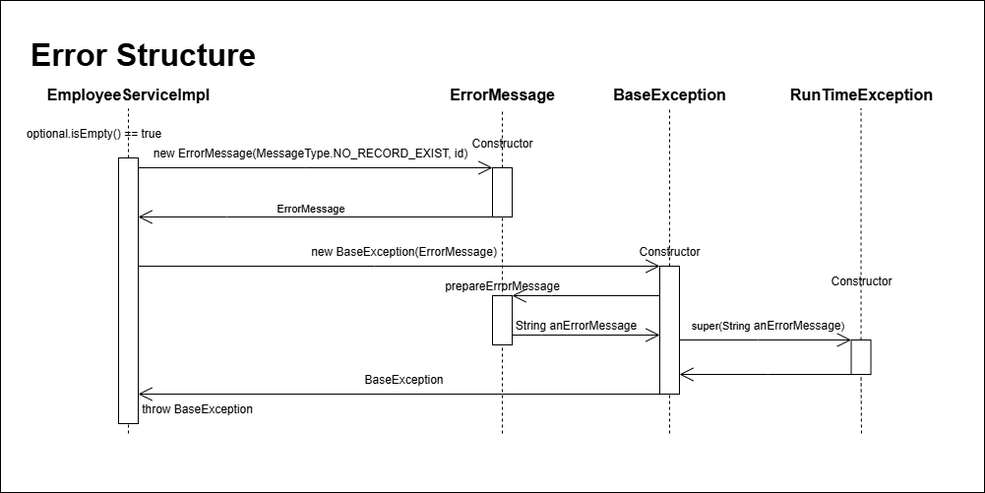
Earlier version of the draw.io export exception-management/error_structure_sequence_diagram.png (AOnurAs/spring-exception-handling). Source tidied: cells renumbered, new cells last; positions are measured from the earlier drawing's top-left corner, leaving out a move shared by most shapes.
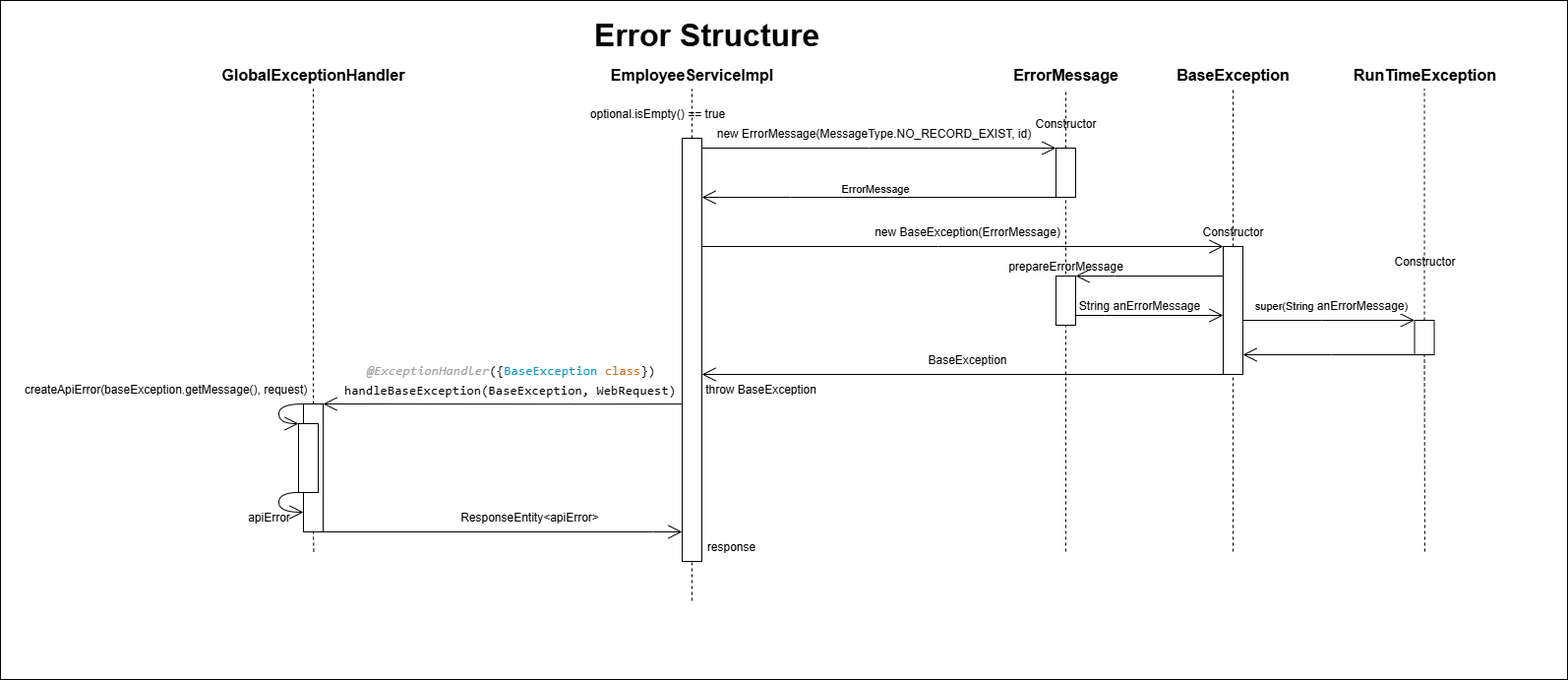
After the change.

Commit message:
Improve error handling structure and update UML sequence diagram

Change to the diagram source:
```diff
@@ -2,9 +2,9 @@
   <root>
     <mxCell id="0" />
     <mxCell id="1" parent="0" />
-    <mxCell id="2" style="rounded=0;whiteSpace=wrap;html=1;" parent="1" vertex="1">
-      <mxGeometry width="1000" height="500" as="geometry" />
-    </mxCell>
+    <mxCell id="41" style="rounded=0;whiteSpace=wrap;html=1;" parent="1" vertex="1">
+      <mxGeometry x="-573" y="20" width="1593" height="690" as="geometry" />
+    </mxCell>
     <mxCell id="3" value="Error Structure" style="text;html=1;align=center;verticalAlign=middle;whiteSpace=wrap;rounded=0;fontSize=32;fontStyle=1;" parent="1" vertex="1">
       <mxGeometry x="20" y="40" width="250" height="30" as="geometry" />
     </mxCell>
@@ -16,11 +16,11 @@
     </mxCell>
     <mxCell id="6" style="endArrow=none;dashed=1;html=1;rounded=0;entryX=0.5;entryY=1;entryDx=0;entryDy=0;" parent="1" edge="1" target="7">
       <mxGeometry relative="1" as="geometry">
-        <mxPoint x="130" y="440" as="sourcePoint" />
+        <mxPoint x="130" y="630" as="sourcePoint" />
       </mxGeometry>
     </mxCell>
     <mxCell id="7" style="rounded=0;whiteSpace=wrap;html=1;" parent="1" vertex="1">
-      <mxGeometry x="120" y="160" width="20" height="270" as="geometry" />
+      <mxGeometry x="120" y="160" width="20" height="430" as="geometry" />
     </mxCell>
     <mxCell id="8" value="optional.isEmpty() == true" style="text;html=1;align=center;verticalAlign=middle;whiteSpace=wrap;rounded=0;" parent="1" vertex="1">
       <mxGeometry x="10" y="120" width="170" height="30" as="geometry" />
@@ -33,7 +33,7 @@
     </mxCell>
     <mxCell id="11" style="endArrow=none;dashed=1;html=1;rounded=0;entryX=0.5;entryY=1;entryDx=0;entryDy=0;" parent="1" edge="1" target="12">
       <mxGeometry relative="1" as="geometry">
-        <mxPoint x="680" y="440" as="sourcePoint" />
+        <mxPoint x="680" y="580" as="sourcePoint" />
       </mxGeometry>
     </mxCell>
     <mxCell id="12" style="rounded=0;whiteSpace=wrap;html=1;" parent="1" vertex="1">
@@ -55,7 +55,7 @@
     </mxCell>
     <mxCell id="16" style="endArrow=none;dashed=1;html=1;rounded=0;entryX=0.5;entryY=1;entryDx=0;entryDy=0;" parent="1" edge="1" target="17">
       <mxGeometry relative="1" as="geometry">
-        <mxPoint x="875" y="440" as="sourcePoint" />
+        <mxPoint x="875" y="580" as="sourcePoint" />
       </mxGeometry>
     </mxCell>
     <mxCell id="17" style="rounded=0;whiteSpace=wrap;html=1;" parent="1" vertex="1">
@@ -83,7 +83,7 @@
     </mxCell>
     <mxCell id="23" style="endArrow=none;dashed=1;html=1;rounded=0;entryX=0.5;entryY=1;entryDx=0;entryDy=0;" parent="1" edge="1" target="24">
       <mxGeometry relative="1" as="geometry">
-        <mxPoint x="510" y="440" as="sourcePoint" />
+        <mxPoint x="510" y="580" as="sourcePoint" />
       </mxGeometry>
     </mxCell>
     <mxCell id="24" style="rounded=0;whiteSpace=wrap;html=1;" parent="1" vertex="1">
@@ -169,5 +169,77 @@
     <mxCell id="40" value="&lt;span style=&quot;color: rgba(0, 0, 0, 0); font-family: monospace; font-size: 0px; text-align: start; text-wrap-mode: nowrap;&quot;&gt;%3CmxGraphModel%3E%3Croot%3E%3CmxCell%20id%3D%220%22%2F%3E%3CmxCell%20id%3D%221%22%20parent%3D%220%22%2F%3E%3CmxCell%20id%3D%222%22%20value%3D%22%22%20style%3D%22endArrow%3Dopen%3Bhtml%3D1%3Brounded%3D0%3BedgeStyle%3DorthogonalEdgeStyle%3BendFill%3D0%3BstrokeWidth%3D1%3BendSize%3D12%3BentryX%3D0%3BentryY%3D0%3BentryDx%3D0%3BentryDy%3D0%3B%22%20edge%3D%221%22%20parent%3D%221%22%3E%3CmxGeometry%20width%3D%2250%22%20height%3D%2250%22%20relative%3D%221%22%20as%3D%22geometry%22%3E%3CmxPoint%20x%3D%22730%22%20y%3D%22385%22%20as%3D%22sourcePoint%22%2F%3E%3CmxPoint%20x%3D%22905%22%20y%3D%22385%22%20as%3D%22targetPoint%22%2F%3E%3CArray%20as%3D%22points%22%3E%3CmxPoint%20x%3D%22810%22%20y%3D%22385%22%2F%3E%3CmxPoint%20x%3D%22810%22%20y%3D%22385%22%2F%3E%3C%2FArray%3E%3C%2FmxGeometry%3E%3C%2FmxCell%3E%3C%2Froot%3E%3C%2FmxGraphModel%3E&lt;/span&gt;&lt;span style=&quot;font-size: 11px; text-wrap-mode: nowrap; background-color: rgb(255, 255, 255);&quot;&gt;super(String&amp;nbsp;&lt;/span&gt;&lt;span style=&quot;background-color: rgb(255, 255, 255);&quot;&gt;anErrorMessage&lt;/span&gt;&lt;span style=&quot;font-size: 11px; text-wrap-mode: nowrap; background-color: rgb(255, 255, 255);&quot;&gt;)&lt;/span&gt;" style="text;html=1;align=center;verticalAlign=middle;whiteSpace=wrap;rounded=0;" parent="1" vertex="1">
       <mxGeometry x="750" y="315" width="60" height="30" as="geometry" />
     </mxCell>
+    <mxCell id="42" value="GlobalExceptionHandler" style="text;html=1;align=center;verticalAlign=middle;whiteSpace=wrap;rounded=0;fontStyle=1;fontSize=16;" parent="1" vertex="1">
+      <mxGeometry x="-315" y="80" width="120" height="30" as="geometry" />
+    </mxCell>
+    <mxCell id="43" style="endArrow=none;dashed=1;html=1;rounded=0;entryX=0.5;entryY=1;entryDx=0;entryDy=0;" parent="1" edge="1" source="45" target="42">
+      <mxGeometry relative="1" as="geometry" />
+    </mxCell>
+    <mxCell id="44" style="endArrow=none;dashed=1;html=1;rounded=0;entryX=0.5;entryY=1;entryDx=0;entryDy=0;" parent="1" edge="1" target="45">
+      <mxGeometry relative="1" as="geometry">
+        <mxPoint x="-254.5" y="580" as="sourcePoint" />
+      </mxGeometry>
+    </mxCell>
+    <mxCell id="45" style="rounded=0;whiteSpace=wrap;html=1;" parent="1" vertex="1">
+      <mxGeometry x="-265" y="430" width="20" height="130" as="geometry" />
+    </mxCell>
+    <mxCell id="46" style="endArrow=open;html=1;rounded=0;edgeStyle=orthogonalEdgeStyle;endFill=0;strokeWidth=1;endSize=12;" parent="1" edge="1">
+      <mxGeometry relative="1" as="geometry">
+        <mxPoint x="120" y="430.1" as="sourcePoint" />
+        <mxPoint x="-245" y="430" as="targetPoint" />
+        <Array as="points">
+          <mxPoint x="10" y="430" />
+          <mxPoint x="10" y="430" />
+        </Array>
+      </mxGeometry>
+    </mxCell>
+    <mxCell id="47" value="&lt;span style=&quot;padding: 0px 0px 0px 2px;&quot;&gt;&lt;span style=&quot;font-family: Consolas; font-size: 10pt; white-space: pre; background-color: rgb(255, 255, 255);&quot;&gt;&lt;font style=&quot;color: rgb(0, 0, 0);&quot;&gt;&lt;span style=&quot;color: rgb(217, 232, 247);&quot;&gt;&lt;/span&gt;&lt;/font&gt;&lt;span style=&quot;color: rgb(160, 160, 160); font-style: italic;&quot;&gt;@ExceptionHandler&lt;/span&gt;&lt;span style=&quot;color: rgb(249, 250, 244);&quot;&gt;&lt;font style=&quot;color: rgb(0, 0, 0);&quot;&gt;({&lt;/font&gt;&lt;/span&gt;&lt;span style=&quot;color: rgb(18, 144, 195);&quot;&gt;BaseException&lt;/span&gt;&lt;span style=&quot;color: rgb(230, 230, 250);&quot;&gt;.&lt;/span&gt;&lt;span style=&quot;color: rgb(204, 108, 29);&quot;&gt;class&lt;/span&gt;&lt;span&gt;&lt;font style=&quot;color: rgb(0, 0, 0);&quot;&gt;})&lt;/font&gt;&lt;/span&gt;&lt;/span&gt;&lt;/span&gt;" style="text;html=1;align=center;verticalAlign=middle;whiteSpace=wrap;rounded=0;" parent="1" vertex="1">
+      <mxGeometry x="-205" y="380" width="300" height="30" as="geometry" />
+    </mxCell>
+    <mxCell id="48" value="&lt;font style=&quot;color: rgb(0, 0, 0);&quot; face=&quot;Consolas&quot;&gt;&lt;span style=&quot;font-size: 13.3333px; white-space: pre;&quot;&gt;handleBaseException(BaseException, WebRequest)&lt;/span&gt;&lt;/font&gt;" style="text;html=1;align=center;verticalAlign=middle;whiteSpace=wrap;rounded=0;" parent="1" vertex="1">
+      <mxGeometry x="-220" y="400" width="330" height="30" as="geometry" />
+    </mxCell>
+    <mxCell id="49" style="rounded=0;whiteSpace=wrap;html=1;" parent="1" vertex="1">
+      <mxGeometry x="-270" y="450" width="20" height="70" as="geometry" />
+    </mxCell>
+    <mxCell id="50" style="endArrow=open;html=1;rounded=0;edgeStyle=orthogonalEdgeStyle;endFill=0;strokeWidth=1;endSize=12;curved=1;entryX=0;entryY=0;entryDx=0;entryDy=0;" parent="1" edge="1" source="45" target="49">
+      <mxGeometry relative="1" as="geometry">
+        <Array as="points">
+          <mxPoint x="-290" y="430" />
+          <mxPoint x="-290" y="450" />
+        </Array>
+      </mxGeometry>
+    </mxCell>
+    <mxCell id="51" value="createApiError(baseException.getMessage(), request)" style="text;html=1;align=center;verticalAlign=middle;whiteSpace=wrap;rounded=0;rotation=0;" parent="1" vertex="1">
+      <mxGeometry x="-550" y="400" width="290" height="30" as="geometry" />
+    </mxCell>
+    <mxCell id="52" style="endArrow=open;html=1;rounded=0;edgeStyle=orthogonalEdgeStyle;endFill=0;strokeWidth=1;endSize=12;curved=1;exitX=0;exitY=1;exitDx=0;exitDy=0;" parent="1" edge="1" source="49" target="45">
+      <mxGeometry relative="1" as="geometry">
+        <Array as="points">
+          <mxPoint x="-290" y="520" />
+          <mxPoint x="-290" y="540" />
+        </Array>
+      </mxGeometry>
+    </mxCell>
+    <mxCell id="53" value="apiError" style="text;html=1;align=center;verticalAlign=middle;whiteSpace=wrap;rounded=0;" parent="1" vertex="1">
+      <mxGeometry x="-330" y="530" width="60" height="30" as="geometry" />
+    </mxCell>
+    <mxCell id="54" style="edgeStyle=orthogonalEdgeStyle;rounded=0;orthogonalLoop=1;jettySize=auto;html=1;exitX=0.5;exitY=1;exitDx=0;exitDy=0;" parent="1" edge="1" source="53" target="53">
+      <mxGeometry relative="1" as="geometry" />
+    </mxCell>
+    <mxCell id="55" style="endArrow=open;html=1;rounded=0;edgeStyle=orthogonalEdgeStyle;endFill=0;strokeWidth=1;endSize=12;exitX=0.75;exitY=1;exitDx=0;exitDy=0;" parent="1" edge="1" source="45" target="7">
+      <mxGeometry relative="1" as="geometry">
+        <Array as="points">
+          <mxPoint x="90" y="560" />
+          <mxPoint x="90" y="560" />
+        </Array>
+      </mxGeometry>
+    </mxCell>
+    <mxCell id="56" value="ResponseEntity&amp;lt;apiError&amp;gt;" style="text;html=1;align=center;verticalAlign=middle;whiteSpace=wrap;rounded=0;" parent="1" vertex="1">
+      <mxGeometry x="-120" y="530" width="170" height="30" as="geometry" />
+    </mxCell>
+    <mxCell id="57" value="response" style="text;html=1;align=center;verticalAlign=middle;whiteSpace=wrap;rounded=0;" parent="1" vertex="1">
+      <mxGeometry x="140" y="560" width="60" height="30" as="geometry" />
+    </mxCell>
   </root>
 </mxGraphModel>
```
